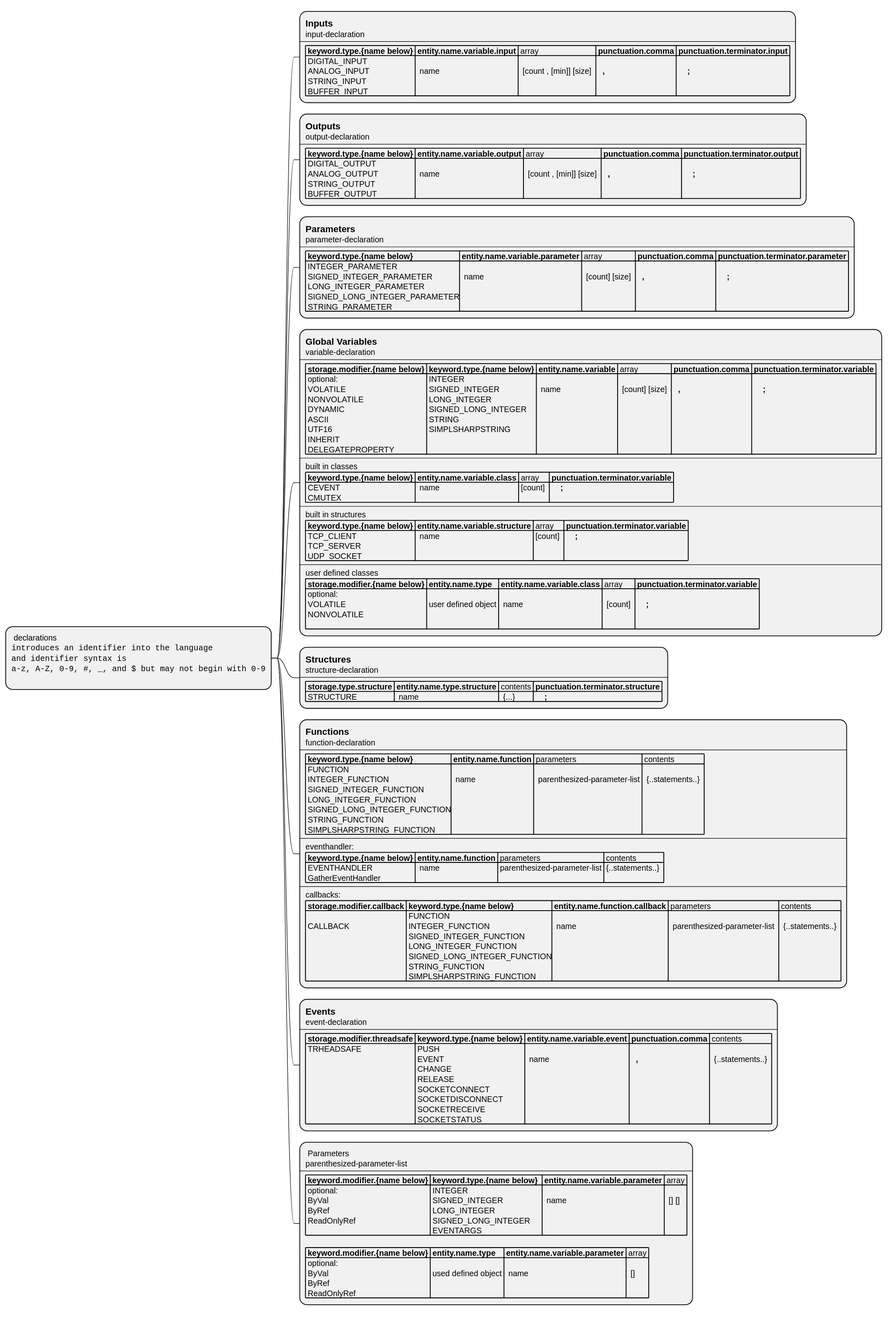
Earlier version of the PlantUML export UML/simpl-plus-syntax-mindmap/declarations.svg (alvaroyurrita/vscode-crestron-splus). Source of this version:
```plantuml
@startmindmap
*: declarations
<code>
introduces an identifier into the language
and identifier syntax is
a-z, A-Z, 0-9, #, _, and $ but may not begin with 0-9
</code>
;

**:== Inputs
input-declaration
----
|= keyword.type.{name below} |= entity.name.variable.input | array |= punctuation.comma |= punctuation.terminator.input |
| DIGITAL_INPUT\n ANALOG_INPUT\n STRING_INPUT\n BUFFER_INPUT |  \n  name  | \n  [count , [min]] [size]  |= \n   , |=  \n     ; |;
**:== Outputs
output-declaration
----
|= keyword.type.{name below} |= entity.name.variable.output | array |= punctuation.comma |= punctuation.terminator.output |
| DIGITAL_OUTPUT\n ANALOG_OUTPUT\n STRING_OUTPUT\n BUFFER_OUTPUT |  \n  name | \n  [count , [min]] [size]  |= \n   , |=  \n     ; |;

**:== Parameters
parameter-declaration
----
|= keyword.type.{name below} |= entity.name.variable.parameter | array |= punctuation.comma |= punctuation.terminator.parameter |
| INTEGER_PARAMETER\n SIGNED_INTEGER_PARAMETER\n LONG_INTEGER_PARAMETER\n SIGNED_LONG_INTEGER_PARAMETER\n STRING_PARAMETER  |  \n  name | \n  [count] [size]  |= \n   ,|=  \n     ; |;

**:== Global Variables
variable-declaration
----
|= storage.modifier.{name below} |= keyword.type.{name below} |= entity.name.variable | array |= punctuation.comma |= punctuation.terminator.variable |
| optional:\n VOLATILE\n NONVOLATILE\n DYNAMIC \n ASCII\n UTF16\n INHERIT\n DELEGATEPROPERTY | INTEGER\n SIGNED_INTEGER\n LONG_INTEGER\n SIGNED_LONG_INTEGER\n STRING\n SIMPLSHARPSTRING|  \n  name | \n  [count] [size]  |= \n   ,|=  \n     ; |
----
built in classes
|= keyword.type.{name below} |= entity.name.variable.class | array |= punctuation.terminator.variable |
| CEVENT\n CMUTEX |  name  | [count]  |=     ; |
----
built in structures
|= keyword.type.{name below} |= entity.name.variable.structure | array |= punctuation.terminator.variable |
| TCP_CLIENT\n TCP_SERVER\n UDP_SOCKET |  name  | [count]  |=     ; |
----
user defined classes
|= storage.modifier.{name below} |= entity.name.type |= entity.name.variable.class | array |= punctuation.terminator.variable |
| optional:\n VOLATILE\n NONVOLATILE\n | \n user defined object |  \n  name | \n  [count]  |=  \n     ; |;



**:== Structures
structure-declaration
----
|= storage.type.structure |= entity.name.type.structure | contents |= punctuation.terminator.structure |
| STRUCTURE |  name  |  {...} |=     ; |;

**:== Functions
function-declaration
----
|= keyword.type.{name below} |= entity.name.function | parameters | contents |
| FUNCTION\n INTEGER_FUNCTION\n SIGNED_INTEGER_FUNCTION\n LONG_INTEGER_FUNCTION\n SIGNED_LONG_INTEGER_FUNCTION\n STRING_FUNCTION \n SIMPLSHARPSTRING_FUNCTION  |  \n  name | \n  parenthesized-parameter-list | \n  {..statements..}  |
----
eventhandler:
|= keyword.type.{name below} |= entity.name.function | parameters | contents |
| EVENTHANDLER\n GatherEventHandler   |  name | parenthesized-parameter-list | {..statements..}  |
----
callbacks:
|= storage.modifier.callback |= keyword.type.{name below} |= entity.name.function.callback | parameters | contents |
| \n CALLBACK  | FUNCTION\n INTEGER_FUNCTION\n SIGNED_INTEGER_FUNCTION\n LONG_INTEGER_FUNCTION\n SIGNED_LONG_INTEGER_FUNCTION\n STRING_FUNCTION \n SIMPLSHARPSTRING_FUNCTION | \n  name | \n  parenthesized-parameter-list  | \n  {..statements..}  |;

**:== Events
event-declaration
----
|= storage.modifier.threadsafe |= keyword.type.{name below} |= entity.name.variable.event |= punctuation.comma | contents |
| TRHEADSAFE | PUSH\n EVENT\n CHANGE\n RELEASE\n SOCKETCONNECT\n SOCKETDISCONNECT \n SOCKETRECEIVE \n SOCKETSTATUS  |  \n  name |= \n   ,| \n  {..statements..}  |;



**: Parameters
parenthesized-parameter-list
----
|= keyword.modifier.{name below} |= keyword.type.{name below}  |= entity.name.variable.parameter | array |
| optional:\n ByVal\n ByRef\n ReadOnlyRef | INTEGER\n SIGNED_INTEGER\n LONG_INTEGER\n SIGNED_LONG_INTEGER\n EVENTARGS |  \n  name | \n  [] []  |

|= keyword.modifier.{name below} |= entity.name.type |= entity.name.variable.parameter | array |
| optional:\n ByVal\n ByRef\n ReadOnlyRef | \n used defined object |  \n  name | \n  []  |;

@endmindmap
```
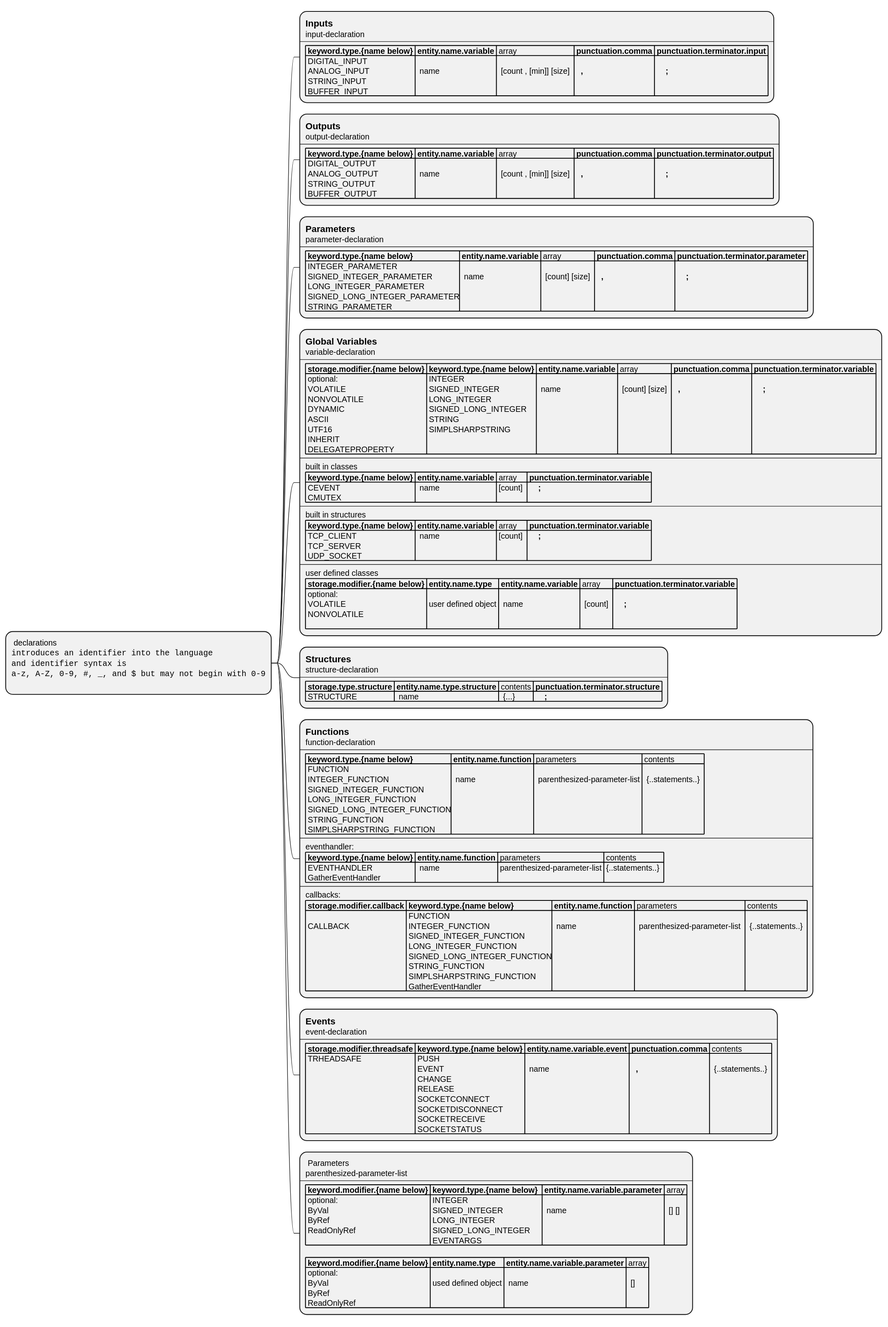
Later version of the same file.

Change to the diagram source:
```diff
@@ -10,18 +10,18 @@
 **:== Inputs
 input-declaration
 ----
-|= keyword.type.{name below} |= entity.name.variable.input | array |= punctuation.comma |= punctuation.terminator.input |
+|= keyword.type.{name below} |= entity.name.variable | array |= punctuation.comma |= punctuation.terminator.input |
 | DIGITAL_INPUT\n ANALOG_INPUT\n STRING_INPUT\n BUFFER_INPUT |  \n  name  | \n  [count , [min]] [size]  |= \n   , |=  \n     ; |;
 **:== Outputs
 output-declaration
 ----
-|= keyword.type.{name below} |= entity.name.variable.output | array |= punctuation.comma |= punctuation.terminator.output |
+|= keyword.type.{name below} |= entity.name.variable | array |= punctuation.comma |= punctuation.terminator.output |
 | DIGITAL_OUTPUT\n ANALOG_OUTPUT\n STRING_OUTPUT\n BUFFER_OUTPUT |  \n  name | \n  [count , [min]] [size]  |= \n   , |=  \n     ; |;
 
 **:== Parameters
 parameter-declaration
 ----
-|= keyword.type.{name below} |= entity.name.variable.parameter | array |= punctuation.comma |= punctuation.terminator.parameter |
+|= keyword.type.{name below} |= entity.name.variable | array |= punctuation.comma |= punctuation.terminator.parameter |
 | INTEGER_PARAMETER\n SIGNED_INTEGER_PARAMETER\n LONG_INTEGER_PARAMETER\n SIGNED_LONG_INTEGER_PARAMETER\n STRING_PARAMETER  |  \n  name | \n  [count] [size]  |= \n   ,|=  \n     ; |;
 
 **:== Global Variables
@@ -31,15 +31,15 @@
 | optional:\n VOLATILE\n NONVOLATILE\n DYNAMIC \n ASCII\n UTF16\n INHERIT\n DELEGATEPROPERTY | INTEGER\n SIGNED_INTEGER\n LONG_INTEGER\n SIGNED_LONG_INTEGER\n STRING\n SIMPLSHARPSTRING|  \n  name | \n  [count] [size]  |= \n   ,|=  \n     ; |
 ----
 built in classes
-|= keyword.type.{name below} |= entity.name.variable.class | array |= punctuation.terminator.variable |
+|= keyword.type.{name below} |= entity.name.variable | array |= punctuation.terminator.variable |
 | CEVENT\n CMUTEX |  name  | [count]  |=     ; |
 ----
 built in structures
-|= keyword.type.{name below} |= entity.name.variable.structure | array |= punctuation.terminator.variable |
+|= keyword.type.{name below} |= entity.name.variable | array |= punctuation.terminator.variable |
 | TCP_CLIENT\n TCP_SERVER\n UDP_SOCKET |  name  | [count]  |=     ; |
 ----
 user defined classes
-|= storage.modifier.{name below} |= entity.name.type |= entity.name.variable.class | array |= punctuation.terminator.variable |
+|= storage.modifier.{name below} |= entity.name.type |= entity.name.variable | array |= punctuation.terminator.variable |
 | optional:\n VOLATILE\n NONVOLATILE\n | \n user defined object |  \n  name | \n  [count]  |=  \n     ; |;
 
 
@@ -61,8 +61,8 @@
 | EVENTHANDLER\n GatherEventHandler   |  name | parenthesized-parameter-list | {..statements..}  |
 ----
 callbacks:
-|= storage.modifier.callback |= keyword.type.{name below} |= entity.name.function.callback | parameters | contents |
-| \n CALLBACK  | FUNCTION\n INTEGER_FUNCTION\n SIGNED_INTEGER_FUNCTION\n LONG_INTEGER_FUNCTION\n SIGNED_LONG_INTEGER_FUNCTION\n STRING_FUNCTION \n SIMPLSHARPSTRING_FUNCTION | \n  name | \n  parenthesized-parameter-list  | \n  {..statements..}  |;
+|= storage.modifier.callback |= keyword.type.{name below} |= entity.name.function | parameters | contents |
+| \n CALLBACK  | FUNCTION\n INTEGER_FUNCTION\n SIGNED_INTEGER_FUNCTION\n LONG_INTEGER_FUNCTION\n SIGNED_LONG_INTEGER_FUNCTION\n STRING_FUNCTION \n SIMPLSHARPSTRING_FUNCTION \n GatherEventHandler | \n  name | \n  parenthesized-parameter-list  | \n  {..statements..}  |;
 
 **:== Events
 event-declaration
```
